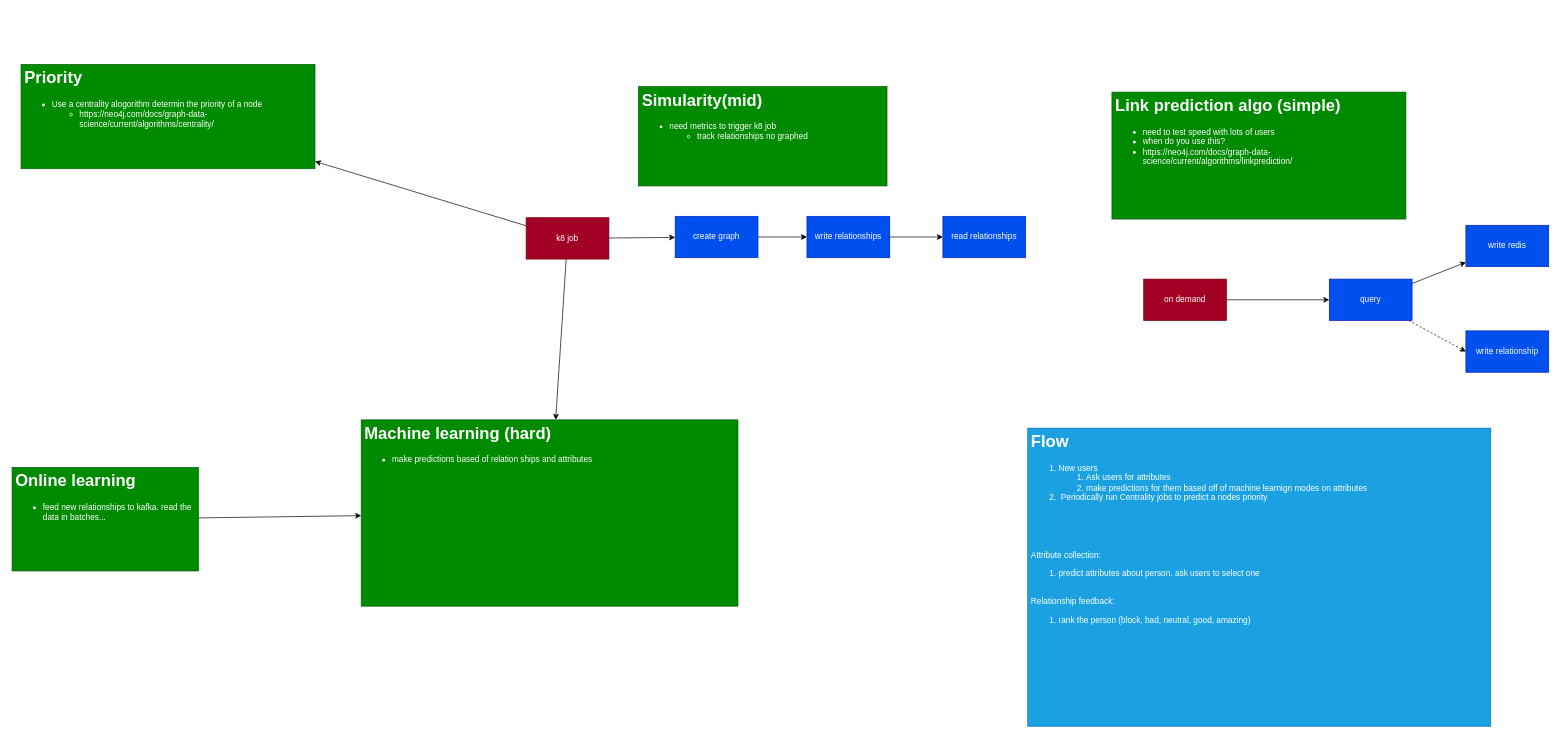
This is neo4j/score-prediction.drawio from andrew-delph/cloud-video-call, a draw.io file, before an edit. Source tidied: cells renumbered, new cells numbered last; positions are measured from the earlier drawing's top-left corner, leaving out a move shared by most shapes. Both pictures are drawn from the tidied source at 69%, with x=0, y=0 at pixel (12, 64).
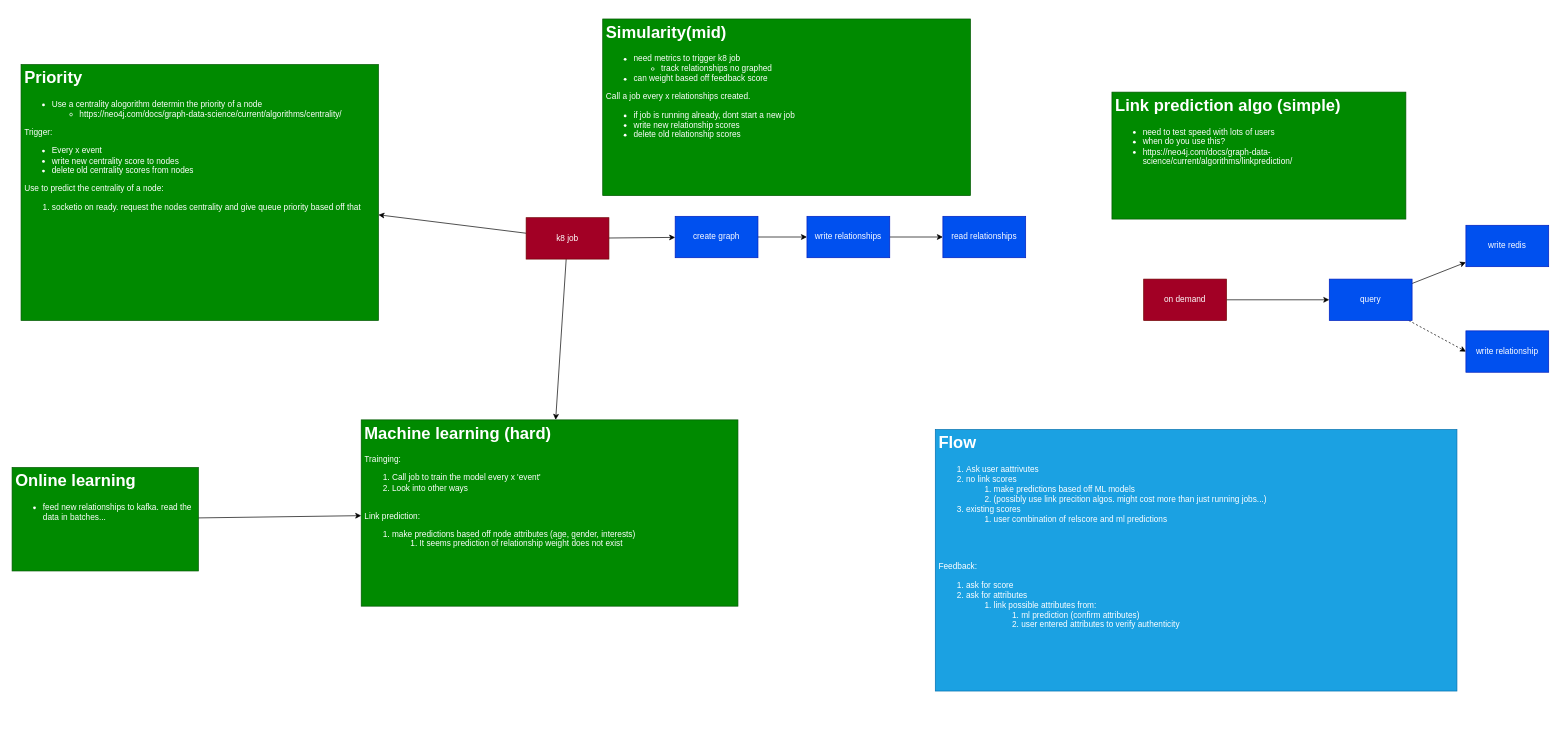
The same page after the edit.

Commit message:
update score prediction doc

Change to the diagram source:
```diff
@@
-    <mxCell id="19" value="&lt;h1&gt;Simularity(mid)&lt;/h1&gt;&lt;p&gt;&lt;/p&gt;&lt;ul&gt;&lt;li&gt;need metrics to trigger k8 job&lt;/li&gt;&lt;ul&gt;&lt;li&gt;track relationships no graphed&lt;/li&gt;&lt;/ul&gt;&lt;/ul&gt;&lt;p&gt;&lt;/p&gt;" style="text;html=1;strokeColor=#005700;fillColor=#008a00;spacing=5;spacingTop=-20;whiteSpace=wrap;overflow=hidden;rounded=0;fontColor=#ffffff;" parent="1" vertex="1">
-      <mxGeometry x="908" y="32" width="360" height="144" as="geometry" />
+    <mxCell id="19" value="&lt;h1&gt;Simularity(mid)&lt;/h1&gt;&lt;p&gt;&lt;/p&gt;&lt;ul&gt;&lt;li&gt;need metrics to trigger k8 job&lt;/li&gt;&lt;ul&gt;&lt;li&gt;track relationships no graphed&lt;/li&gt;&lt;/ul&gt;&lt;li&gt;can&amp;nbsp;weight based off feedback score&lt;/li&gt;&lt;/ul&gt;&lt;div&gt;Call a job every x relationships created.&lt;br&gt;&lt;ul&gt;&lt;li&gt;if job is running already, dont start a new job&lt;/li&gt;&lt;li&gt;write new relationship scores&lt;/li&gt;&lt;li&gt;delete old relationship scores&lt;/li&gt;&lt;/ul&gt;&lt;/div&gt;&lt;p&gt;&lt;/p&gt;" style="text;html=1;strokeColor=#005700;fillColor=#008a00;spacing=5;spacingTop=-20;whiteSpace=wrap;overflow=hidden;rounded=0;fontColor=#ffffff;" parent="1" vertex="1">
+      <mxGeometry x="856" y="-66" width="533" height="256" as="geometry" />
     </mxCell>
@@
-    <mxCell id="22" value="&lt;h1&gt;Machine learning (hard)&lt;/h1&gt;&lt;p&gt;&lt;/p&gt;&lt;ul&gt;&lt;li&gt;make predictions based of relation ships and attributes&lt;/li&gt;&lt;/ul&gt;&lt;p&gt;&lt;/p&gt;" style="text;html=1;strokeColor=#005700;fillColor=#008a00;spacing=5;spacingTop=-20;whiteSpace=wrap;overflow=hidden;rounded=0;fontColor=#ffffff;" parent="1" vertex="1">
+    <mxCell id="22" value="&lt;h1&gt;Machine learning (hard)&lt;/h1&gt;&lt;div&gt;Trainging:&lt;/div&gt;&lt;div&gt;&lt;ol&gt;&lt;li&gt;Call job to train the model every x 'event'&lt;/li&gt;&lt;li&gt;Look into other ways&lt;/li&gt;&lt;/ol&gt;&lt;/div&gt;&lt;div&gt;&lt;br&gt;&lt;/div&gt;&lt;div&gt;Link prediction:&lt;/div&gt;&lt;div&gt;&lt;ol&gt;&lt;li&gt;make predictions based off node attributes (age, gender, interests)&lt;/li&gt;&lt;ol&gt;&lt;li&gt;It seems prediction of relationship weight does not exist&lt;/li&gt;&lt;/ol&gt;&lt;/ol&gt;&lt;/div&gt;&lt;p&gt;&lt;/p&gt;" style="text;html=1;strokeColor=#005700;fillColor=#008a00;spacing=5;spacingTop=-20;whiteSpace=wrap;overflow=hidden;rounded=0;fontColor=#ffffff;" parent="1" vertex="1">
       <mxGeometry x="506" y="515" width="546" height="270" as="geometry" />
     </mxCell>
-    <mxCell id="23" value="&lt;h1&gt;Priority&lt;/h1&gt;&lt;p&gt;&lt;/p&gt;&lt;ul&gt;&lt;li&gt;Use a centrality alogorithm determin the priority of a node&lt;/li&gt;&lt;ul&gt;&lt;li&gt;https://neo4j.com/docs/graph-data-science/current/algorithms/centrality/&lt;br&gt;&lt;/li&gt;&lt;/ul&gt;&lt;/ul&gt;&lt;p&gt;&lt;/p&gt;" style="text;html=1;strokeColor=#005700;fillColor=#008a00;spacing=5;spacingTop=-20;whiteSpace=wrap;overflow=hidden;rounded=0;fontColor=#ffffff;" parent="1" vertex="1">
-      <mxGeometry x="13" width="426" height="151" as="geometry" />
+    <mxCell id="23" value="&lt;h1&gt;Priority&lt;/h1&gt;&lt;p&gt;&lt;/p&gt;&lt;ul&gt;&lt;li&gt;Use a centrality alogorithm determin the priority of a node&lt;/li&gt;&lt;ul&gt;&lt;li&gt;https://neo4j.com/docs/graph-data-science/current/algorithms/centrality/&lt;/li&gt;&lt;/ul&gt;&lt;/ul&gt;Trigger:&lt;br&gt;&lt;ul&gt;&lt;li&gt;Every x event&lt;/li&gt;&lt;li&gt;write new centrality&amp;nbsp;score to nodes&lt;/li&gt;&lt;li&gt;delete old centrality scores from nodes&lt;/li&gt;&lt;/ul&gt;&lt;div&gt;Use to predict the centrality of a node:&lt;/div&gt;&lt;div&gt;&lt;ol&gt;&lt;li&gt;socketio on ready. request the nodes centrality and give queue priority based off that&lt;/li&gt;&lt;/ol&gt;&lt;/div&gt;&lt;p&gt;&lt;/p&gt;" style="text;html=1;strokeColor=#005700;fillColor=#008a00;spacing=5;spacingTop=-20;whiteSpace=wrap;overflow=hidden;rounded=0;fontColor=#ffffff;" parent="1" vertex="1">
+      <mxGeometry x="13" width="518" height="371" as="geometry" />
     </mxCell>
-    <mxCell id="24" value="&lt;h1&gt;Flow&lt;/h1&gt;&lt;p&gt;&lt;/p&gt;&lt;ol&gt;&lt;li&gt;New users&lt;/li&gt;&lt;ol&gt;&lt;li&gt;Ask users for attributes&lt;/li&gt;&lt;li&gt;make predictions for them based off of machine learnign modes on attributes&lt;/li&gt;&lt;/ol&gt;&lt;li&gt;&lt;span style=&quot;background-color: initial;&quot;&gt;&amp;nbsp;Periodically run Centrality jobs to predict a nodes priority&lt;/span&gt;&lt;/li&gt;&lt;/ol&gt;&lt;div&gt;&lt;br&gt;&lt;/div&gt;&lt;div&gt;&lt;br&gt;&lt;/div&gt;&lt;div&gt;&lt;br&gt;&lt;/div&gt;&lt;div&gt;&lt;br&gt;&lt;/div&gt;&lt;div&gt;Attribute collection:&lt;/div&gt;&lt;ol&gt;&lt;li&gt;&lt;span style=&quot;background-color: initial;&quot;&gt;predict attributes about person. ask users to select one&lt;/span&gt;&lt;/li&gt;&lt;/ol&gt;&lt;span style=&quot;background-color: initial;&quot;&gt;&lt;br&gt;Relationship feedback:&lt;br&gt;&lt;ol&gt;&lt;li&gt;&lt;span style=&quot;background-color: initial;&quot;&gt;rank the person (block, bad, neutral, good, amazing)&lt;/span&gt;&lt;/li&gt;&lt;/ol&gt;&lt;/span&gt;&lt;div&gt;&lt;/div&gt;&lt;p&gt;&lt;/p&gt;" style="text;html=1;strokeColor=#006EAF;fillColor=#1ba1e2;spacing=5;spacingTop=-20;whiteSpace=wrap;overflow=hidden;rounded=0;fontColor=#ffffff;" parent="1" vertex="1">
-      <mxGeometry x="1472" y="527" width="671" height="432" as="geometry" />
+    <mxCell id="24" value="&lt;h1&gt;Flow&lt;/h1&gt;&lt;ol&gt;&lt;li&gt;Ask user aattrivutes&lt;/li&gt;&lt;li&gt;no link scores&lt;/li&gt;&lt;ol&gt;&lt;li&gt;make predictions based off ML models&lt;/li&gt;&lt;li&gt;(possibly use link precition algos. might cost more than just running jobs...)&lt;/li&gt;&lt;/ol&gt;&lt;li&gt;existing scores&lt;/li&gt;&lt;ol&gt;&lt;li&gt;user combination of relscore and ml predictions&lt;/li&gt;&lt;/ol&gt;&lt;/ol&gt;&lt;div&gt;&lt;br&gt;&lt;/div&gt;&lt;div&gt;&lt;br&gt;&lt;/div&gt;&lt;div&gt;&lt;br&gt;&lt;/div&gt;&lt;div&gt;Feedback:&lt;/div&gt;&lt;div&gt;&lt;ol&gt;&lt;li&gt;ask for score&lt;/li&gt;&lt;li&gt;ask for attributes&lt;/li&gt;&lt;ol&gt;&lt;li&gt;link possible attributes from:&lt;/li&gt;&lt;ol&gt;&lt;li&gt;ml prediction (confirm attributes)&lt;/li&gt;&lt;li&gt;user entered attributes to verify authenticity&lt;/li&gt;&lt;/ol&gt;&lt;/ol&gt;&lt;/ol&gt;&lt;/div&gt;&lt;div&gt;&lt;br&gt;&lt;/div&gt;&lt;div&gt;&lt;br&gt;&lt;/div&gt;&lt;span style=&quot;background-color: initial;&quot;&gt;&lt;div&gt;&lt;br&gt;&lt;/div&gt;&lt;div&gt;&lt;br&gt;&lt;/div&gt;&lt;/span&gt;&lt;div&gt;&lt;/div&gt;&lt;p&gt;&lt;/p&gt;" style="text;html=1;strokeColor=#006EAF;fillColor=#1ba1e2;spacing=5;spacingTop=-20;whiteSpace=wrap;overflow=hidden;rounded=0;fontColor=#ffffff;" parent="1" vertex="1">
+      <mxGeometry x="1338" y="529" width="756" height="379" as="geometry" />
     </mxCell>
```
